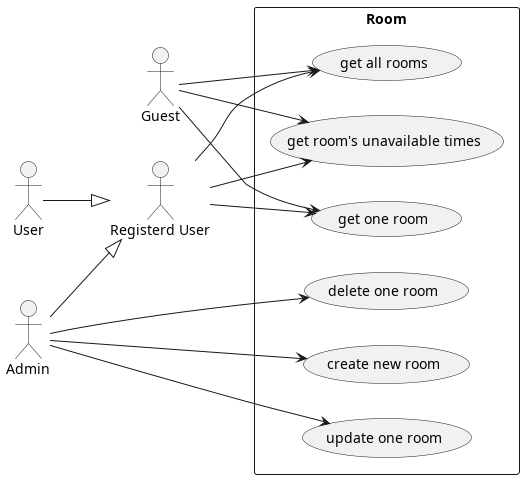
TeaChanathip/SwDev-Project keeps this PlantUML diagram as diagrams/usecase/room/room.png. Above is the earlier version. Its diagram source:
```plantuml
@startuml room
left to right direction

actor Guest
actor "Registerd User"
actor User
actor Admin

User --|> "Registerd User"
Admin --|> "Registerd User"

rectangle "Room" {
    usecase "create new room" as RoomUC1
    usecase "get one room" as RoomUC2
    usecase "get all rooms" as RoomUC3
    usecase "update one room" as RoomUC4
    usecase "delete one room" as RoomUC5
    usecase "get room's unavailable times" as RoomUC6
}

Guest --> RoomUC2
Guest --> RoomUC3
Guest --> RoomUC6

"Registerd User" --> RoomUC2
"Registerd User" --> RoomUC3
"Registerd User" --> RoomUC6

Admin --> RoomUC1
Admin --> RoomUC4
Admin --> RoomUC5

@enduml
```
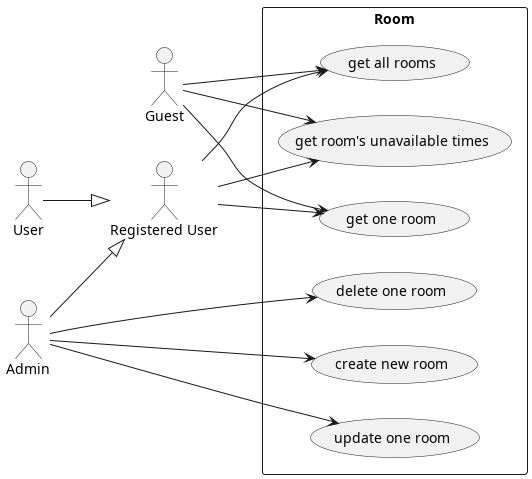
After the change.

Change to the diagram source:
```diff
@@ -2,12 +2,12 @@
 left to right direction
 
 actor Guest
-actor "Registerd User"
+actor "Registered User"
 actor User
 actor Admin
 
-User --|> "Registerd User"
-Admin --|> "Registerd User"
+User --|> "Registered User"
+Admin --|> "Registered User"
 
 rectangle "Room" {
     usecase "create new room" as RoomUC1
@@ -22,9 +22,9 @@
 Guest --> RoomUC3
 Guest --> RoomUC6
 
-"Registerd User" --> RoomUC2
-"Registerd User" --> RoomUC3
-"Registerd User" --> RoomUC6
+"Registered User" --> RoomUC2
+"Registered User" --> RoomUC3
+"Registered User" --> RoomUC6
 
 Admin --> RoomUC1
 Admin --> RoomUC4
```
